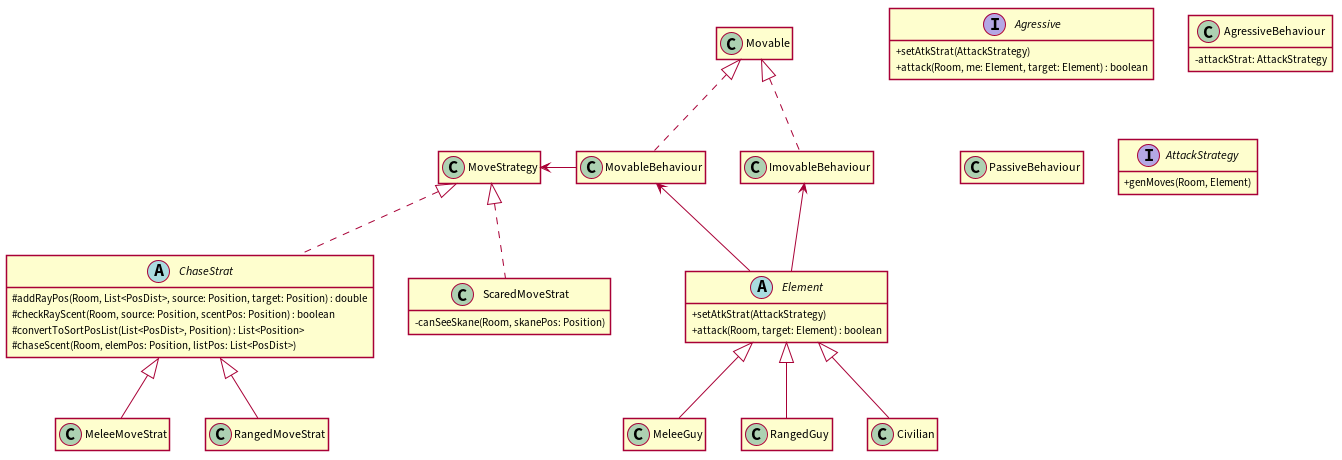
JoaoCostaIFG/LPOO keeps this PlantUML diagram as docs/uml/attack_strategy.png. Above is the earlier version.
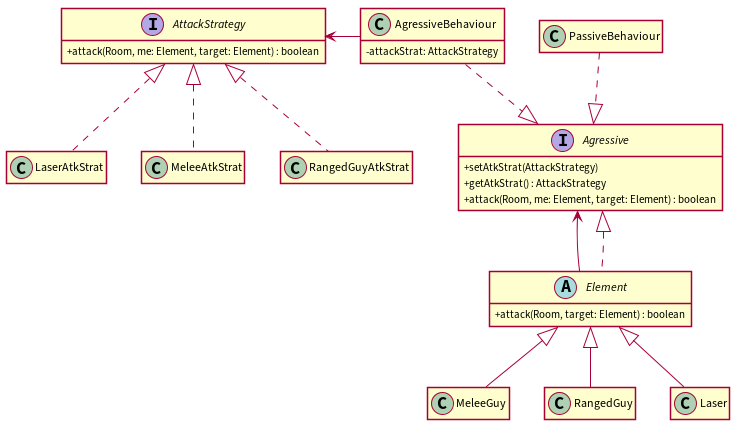
After the change.

Commit message:
Update: finished attack strategy UML. Fix: fixed element hierarchy uml.

Change to the diagram source:
```diff
@@ -5,13 +5,14 @@
 skinparam linetype polyline
 skinparam shadowing false
 
+
 interface Agressive {
 + setAtkStrat(AttackStrategy)
++ getAtkStrat() : AttackStrategy
 + attack(Room, me: Element, target: Element) : boolean
 }
 
 abstract class Element {
-+ setAtkStrat(AttackStrategy)
 + attack(Room, target: Element) : boolean
 }
 
@@ -21,38 +22,32 @@
 class PassiveBehaviour {}
 class MeleeGuy {}
 class RangedGuy {}
+class Laser {}
+
 
 interface AttackStrategy {
-+ genMoves(Room, Element)
++ attack(Room, me: Element, target: Element) : boolean
 }
 
-abstract class ChaseStrat {
-# addRayPos(Room, List<PosDist>, source: Position, target: Position) : double
-# checkRayScent(Room, source: Position, scentPos: Position) : boolean
-# convertToSortPosList(List<PosDist>, Position) : List<Position>
-# chaseScent(Room, elemPos: Position, listPos: List<PosDist>)
-}
-class MeleeMoveStrat {}
-class RangedMoveStrat {}
-class ScaredMoveStrat {
-- canSeeSkane(Room, skanePos: Position)
-}
+class LaserAtkStrat {}
+class MeleeAtkStrat {}
+class RangedGuyAtkStrat {}
 
-ImovableBehaviour .up.^ Movable
-MovableBehaviour .up.^ Movable
 
-Element -up-> ImovableBehaviour
-Element -up-> MovableBehaviour
+AgressiveBehaviour .down.^ Agressive
+PassiveBehaviour .down.^ Agressive
 
-Civilian -up-^ Element
+Element -up-> Agressive
+Element .up.^ Agressive
+
+Laser -up-^ Element
 MeleeGuy -up-^ Element
 RangedGuy -up-^ Element
 
-ChaseStrat .up.^ MoveStrategy
-ScaredMoveStrat .up.^ MoveStrategy
-MeleeMoveStrat -up-^ ChaseStrat
-RangedMoveStrat -up-^ ChaseStrat
+LaserAtkStrat .up.^ AttackStrategy
+MeleeAtkStrat .up.^ AttackStrategy
+RangedGuyAtkStrat .up.^ AttackStrategy
 
-MovableBehaviour -left-> MoveStrategy
+AgressiveBehaviour -left-> AttackStrategy
 
 @enduml
```
